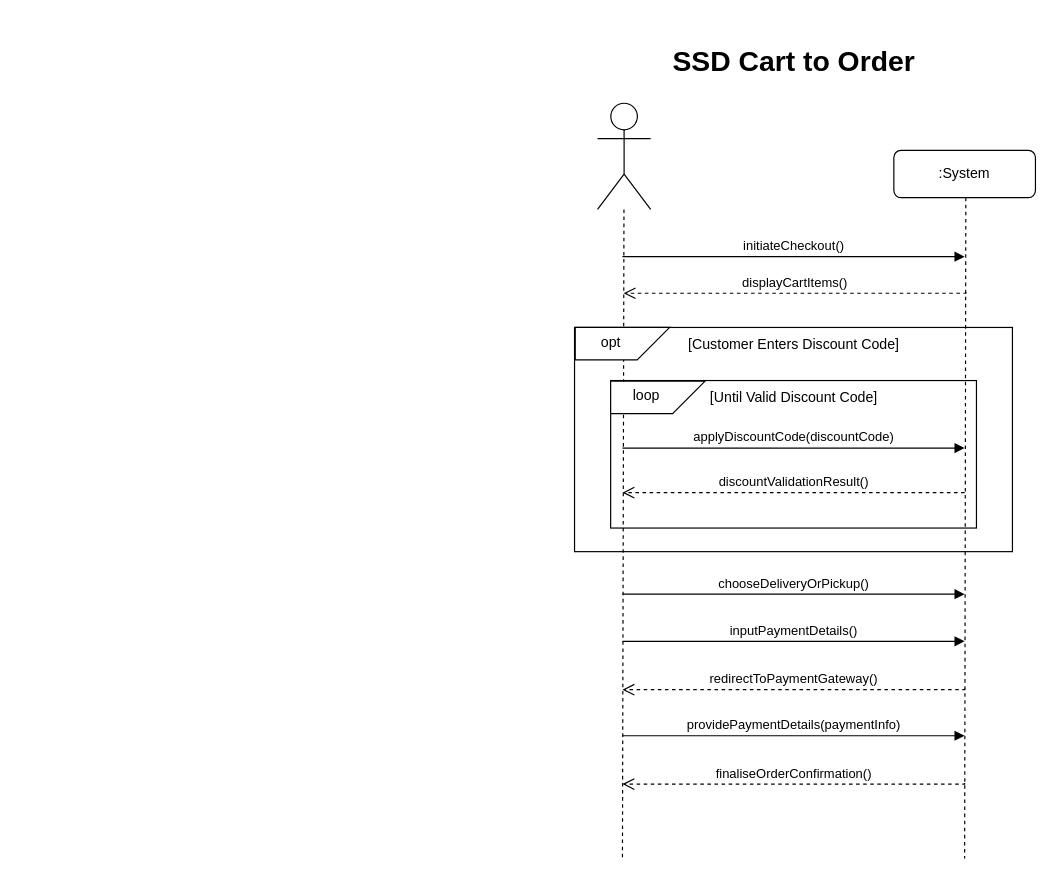
Above: ITC211 System Analysis and Design/SSD ITC211 Final Exam.drawio in Sam-WebP/CSU (draw.io), before the change. Source tidied: cells renumbered, new cells numbered last; positions are measured from the earlier drawing's top-left corner, leaving out a move shared by most shapes. Both pictures are drawn from the tidied source at 118%, with x=0, y=0 at pixel (573, 20).
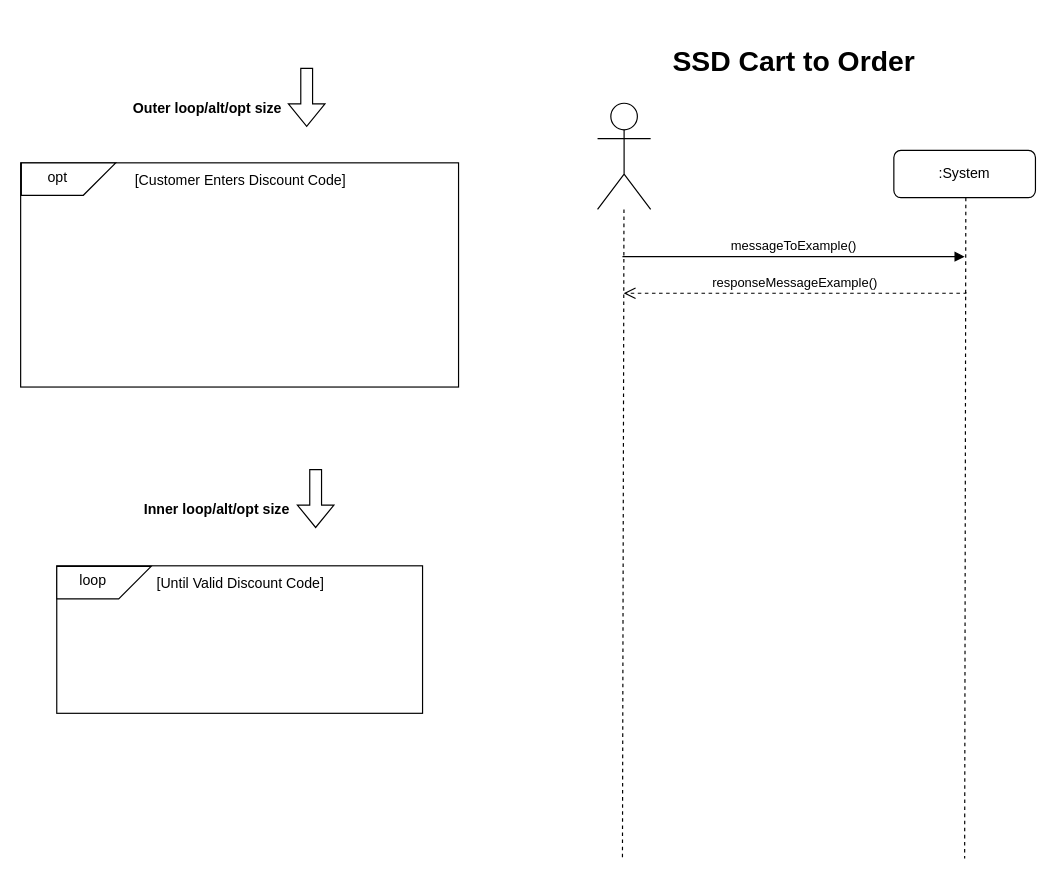
After the change.

Diff of the diagram source:
```diff
@@
     <mxCell id="2" style="rounded=0;whiteSpace=wrap;html=1;" parent="1" vertex="1">
-      <mxGeometry x="0.4" y="260" width="371.1" height="190" as="geometry" />
+      <mxGeometry x="-469" y="120.5" width="371.1" height="190" as="geometry" />
     </mxCell>
     <mxCell id="3" style="rounded=0;whiteSpace=wrap;html=1;" parent="1" vertex="1">
-      <mxGeometry x="31" y="305" width="310" height="125" as="geometry" />
+      <mxGeometry x="-438.4" y="462" width="310" height="125" as="geometry" />
     </mxCell>
-    <mxCell id="4" value="initiateCheckout()" style="html=1;verticalAlign=bottom;endArrow=block;edgeStyle=elbowEdgeStyle;elbow=vertical;curved=0;rounded=0;" parent="1" edge="1">
+    <mxCell id="4" value="messageToExample()" style="html=1;verticalAlign=bottom;endArrow=block;edgeStyle=elbowEdgeStyle;elbow=vertical;curved=0;rounded=0;" parent="1" edge="1">
       <mxGeometry relative="1" as="geometry">
         <mxPoint x="41" y="200" as="sourcePoint" />
         <mxPoint x="331" y="200" as="targetPoint" />
         <Array as="points">
           <mxPoint x="141" y="200" />
         </Array>
       </mxGeometry>
     </mxCell>
-    <mxCell id="5" value="displayCartItems()" style="html=1;verticalAlign=bottom;endArrow=open;dashed=1;endSize=8;edgeStyle=elbowEdgeStyle;elbow=vertical;curved=0;rounded=0;" parent="1" edge="1">
+    <mxCell id="5" value="responseMessageExample()" style="html=1;verticalAlign=bottom;endArrow=open;dashed=1;endSize=8;edgeStyle=elbowEdgeStyle;elbow=vertical;curved=0;rounded=0;" parent="1" edge="1">
       <mxGeometry relative="1" as="geometry">
         <mxPoint x="332" y="230" as="sourcePoint" />
         <mxPoint x="42" y="231" as="targetPoint" />
         <Array as="points">
           <mxPoint x="157" y="231" />
         </Array>
       </mxGeometry>
     </mxCell>
@@
     <mxCell id="9" value="[Customer Enters Discount Code]" style="text;html=1;align=center;verticalAlign=middle;strokeColor=none;fillColor=none;" parent="1" vertex="1">
-      <mxGeometry x="81" y="260" width="210" height="30" as="geometry" />
+      <mxGeometry x="-388.4" y="120.5" width="210" height="30" as="geometry" />
     </mxCell>
@@
     <mxCell id="11" style="shape=card;whiteSpace=wrap;html=1;rotation=-180;" parent="1" vertex="1">
-      <mxGeometry x="1" y="260" width="80" height="27.5" as="geometry" />
+      <mxGeometry x="-468.4" y="120.5" width="80" height="27.5" as="geometry" />
     </mxCell>
     <mxCell id="12" value="opt" style="text;html=1;align=center;verticalAlign=middle;strokeColor=none;fillColor=none;" parent="1" vertex="1">
-      <mxGeometry x="11" y="257.5" width="40" height="30" as="geometry" />
+      <mxGeometry x="-458.4" y="118" width="40" height="30" as="geometry" />
     </mxCell>
     <mxCell id="13" style="shape=card;whiteSpace=wrap;html=1;rotation=-180;" parent="1" vertex="1">
-      <mxGeometry x="31" y="305.5" width="80" height="27.5" as="geometry" />
+      <mxGeometry x="-438.4" y="462.5" width="80" height="27.5" as="geometry" />
     </mxCell>
     <mxCell id="14" value="loop" style="text;html=1;align=center;verticalAlign=middle;strokeColor=none;fillColor=none;" parent="1" vertex="1">
-      <mxGeometry x="36" y="303" width="50" height="30" as="geometry" />
+      <mxGeometry x="-433.4" y="460" width="50" height="30" as="geometry" />
     </mxCell>
-    <mxCell id="15" value="chooseDeliveryOrPickup()" style="html=1;verticalAlign=bottom;endArrow=block;edgeStyle=elbowEdgeStyle;elbow=vertical;curved=0;rounded=0;" parent="1" edge="1">
-      <mxGeometry relative="1" as="geometry">
-        <mxPoint x="41" y="486" as="sourcePoint" />
-        <mxPoint x="331" y="486" as="targetPoint" />
-        <Array as="points">
-          <mxPoint x="141" y="486" />
-        </Array>
-      </mxGeometry>
-    </mxCell>
     <mxCell id="16" value="[Until Valid Discount Code]" style="text;html=1;align=center;verticalAlign=middle;strokeColor=none;fillColor=none;" parent="1" vertex="1">
-      <mxGeometry x="101" y="305" width="170" height="30" as="geometry" />
+      <mxGeometry x="-368.4" y="462" width="170" height="30" as="geometry" />
     </mxCell>
-    <mxCell id="17" value="applyDiscountCode(discountCode)" style="html=1;verticalAlign=bottom;endArrow=block;edgeStyle=elbowEdgeStyle;elbow=vertical;curved=0;rounded=0;" parent="1" edge="1">
-      <mxGeometry relative="1" as="geometry">
-        <mxPoint x="41" y="362.2" as="sourcePoint" />
-        <mxPoint x="331" y="362.2" as="targetPoint" />
-        <Array as="points">
-          <mxPoint x="141" y="362.2" />
-        </Array>
-      </mxGeometry>
-    </mxCell>
-    <mxCell id="18" value="discountValidationResult()" style="html=1;verticalAlign=bottom;endArrow=open;dashed=1;endSize=8;edgeStyle=elbowEdgeStyle;elbow=vertical;curved=0;rounded=0;" parent="1" edge="1">
-      <mxGeometry relative="1" as="geometry">
-        <mxPoint x="331" y="400" as="sourcePoint" />
-        <mxPoint x="41" y="400" as="targetPoint" />
-        <Array as="points">
-          <mxPoint x="156" y="400" />
-        </Array>
-      </mxGeometry>
-    </mxCell>
-    <mxCell id="19" value="inputPaymentDetails()" style="html=1;verticalAlign=bottom;endArrow=block;edgeStyle=elbowEdgeStyle;elbow=vertical;curved=0;rounded=0;" parent="1" edge="1">
-      <mxGeometry relative="1" as="geometry">
-        <mxPoint x="41" y="526" as="sourcePoint" />
-        <mxPoint x="331" y="526" as="targetPoint" />
-        <Array as="points">
-          <mxPoint x="141" y="526" />
-        </Array>
-      </mxGeometry>
-    </mxCell>
-    <mxCell id="20" value="redirectToPaymentGateway()" style="html=1;verticalAlign=bottom;endArrow=open;dashed=1;endSize=8;edgeStyle=elbowEdgeStyle;elbow=vertical;curved=0;rounded=0;" parent="1" edge="1">
-      <mxGeometry relative="1" as="geometry">
-        <mxPoint x="331" y="566" as="sourcePoint" />
-        <mxPoint x="41" y="567" as="targetPoint" />
-        <Array as="points">
-          <mxPoint x="156" y="567" />
-        </Array>
-      </mxGeometry>
-    </mxCell>
-    <mxCell id="21" value="providePaymentDetails(paymentInfo)" style="html=1;verticalAlign=bottom;endArrow=block;edgeStyle=elbowEdgeStyle;elbow=vertical;curved=0;rounded=0;" parent="1" edge="1">
-      <mxGeometry relative="1" as="geometry">
-        <mxPoint x="41" y="606" as="sourcePoint" />
-        <mxPoint x="331" y="606" as="targetPoint" />
-        <Array as="points">
-          <mxPoint x="141" y="606" />
-        </Array>
-      </mxGeometry>
-    </mxCell>
-    <mxCell id="22" value="finaliseOrderConfirmation()" style="html=1;verticalAlign=bottom;endArrow=open;dashed=1;endSize=8;edgeStyle=elbowEdgeStyle;elbow=vertical;curved=0;rounded=0;" parent="1" edge="1">
-      <mxGeometry relative="1" as="geometry">
-        <mxPoint x="331" y="646" as="sourcePoint" />
-        <mxPoint x="41" y="647" as="targetPoint" />
-        <Array as="points">
-          <mxPoint x="156" y="647" />
-        </Array>
-      </mxGeometry>
-    </mxCell>
@@
+    <mxCell id="24" value="Inner loop/alt/opt size" style="text;html=1;align=center;verticalAlign=middle;strokeColor=none;fillColor=none;fontStyle=1;" parent="1" vertex="1">
+      <mxGeometry x="-373.4" y="400" width="140" height="30" as="geometry" />
+    </mxCell>
+    <mxCell id="25" style="shape=flexArrow;endArrow=classic;html=1;rounded=0;" parent="1" edge="1">
+      <mxGeometry relative="1" as="geometry">
+        <mxPoint x="-219" y="380" as="sourcePoint" />
+        <mxPoint x="-219" y="430" as="targetPoint" />
+      </mxGeometry>
+    </mxCell>
+    <mxCell id="26" value="Outer loop/alt/opt size" style="text;html=1;align=center;verticalAlign=middle;strokeColor=none;fillColor=none;fontStyle=1;" parent="1" vertex="1">
+      <mxGeometry x="-386.1" y="60" width="150" height="30" as="geometry" />
+    </mxCell>
+    <mxCell id="27" style="shape=flexArrow;endArrow=classic;html=1;rounded=0;" parent="1" edge="1">
+      <mxGeometry relative="1" as="geometry">
+        <mxPoint x="-226.6" y="40" as="sourcePoint" />
+        <mxPoint x="-226.6" y="90" as="targetPoint" />
+      </mxGeometry>
+    </mxCell>
```
